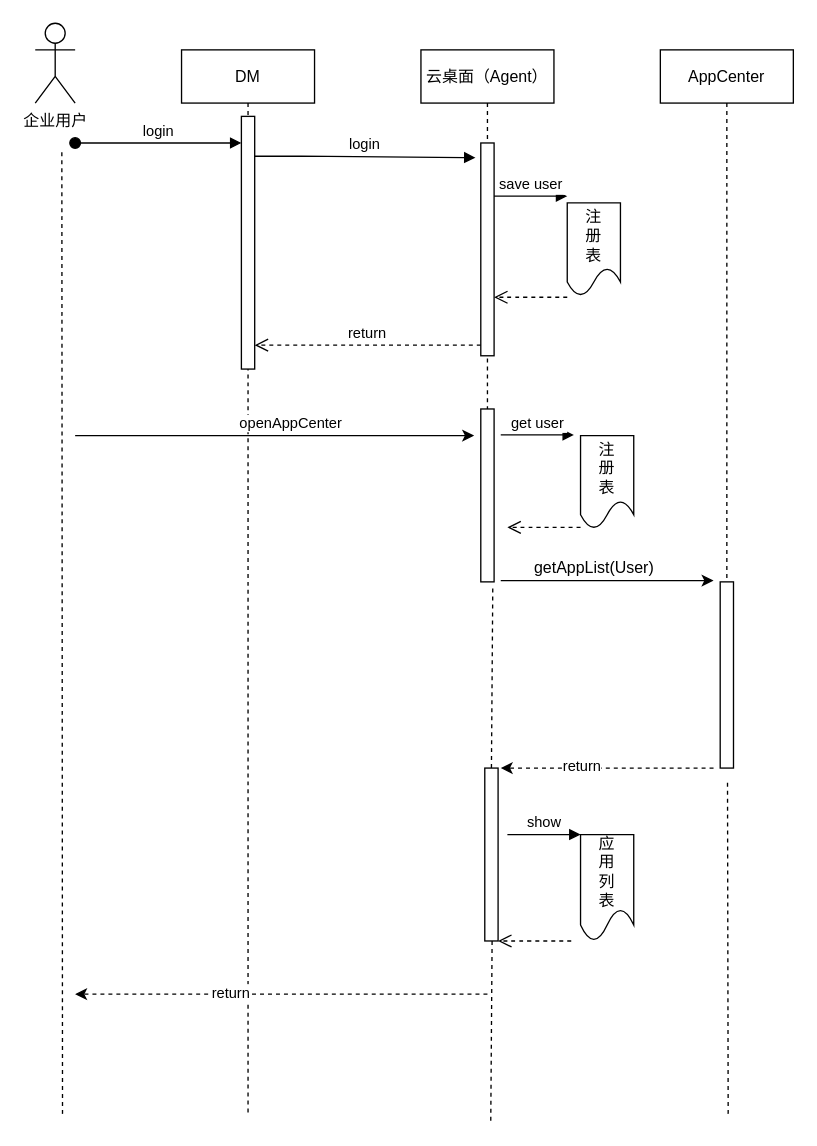
Above: app_get_user_info.drawio in chenkangzeng/appstreaming (draw.io), before the change. Source tidied: cells renumbered, new cells numbered last; positions are measured from the earlier drawing's top-left corner, leaving out a move shared by most shapes. Both pictures are drawn from the tidied source at 133%, with x=0, y=0 at pixel (35, 23).
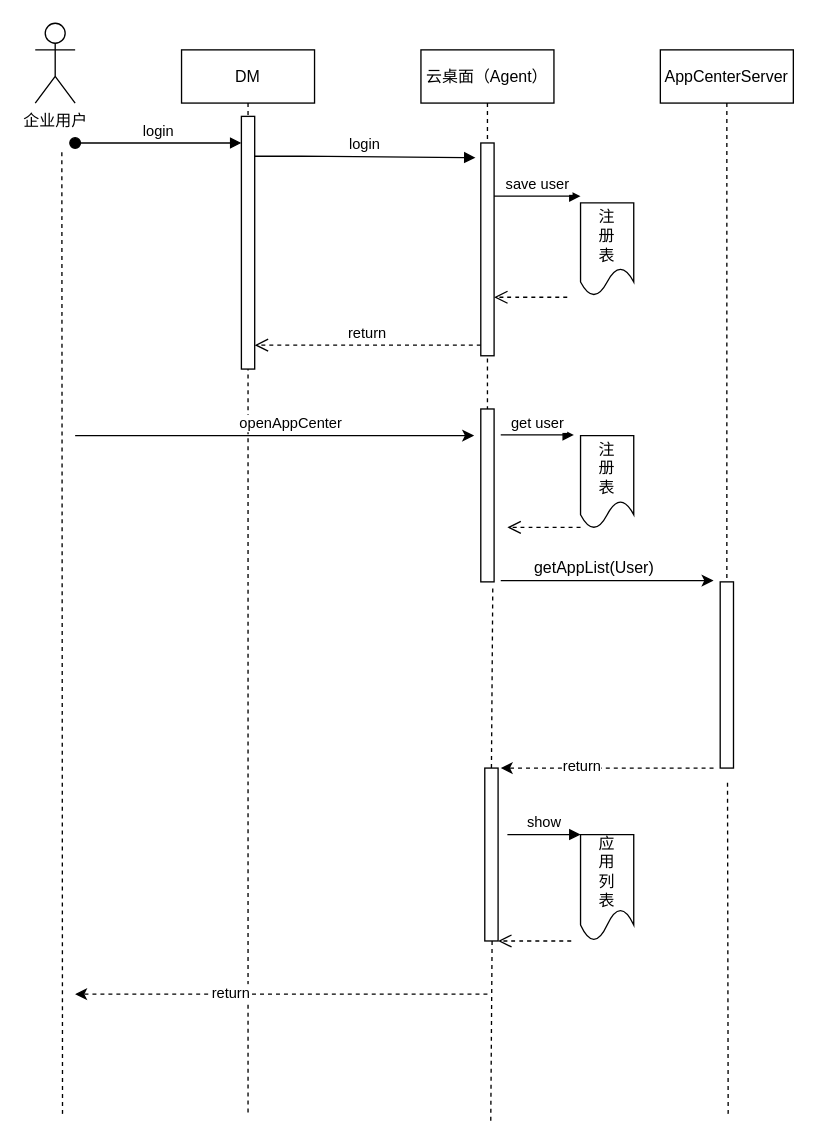
After the change.

Unchanged cells that the change refers to:
```xml
<mxCell id="6" style="points=[];perimeter=orthogonalPerimeter;rounded=0;shadow=0;strokeWidth=1;" parent="5" vertex="1">
  <mxGeometry x="45" y="70" width="10" height="160" as="geometry" />
</mxCell>
```

Diff of the diagram source:
```diff
@@
-    <mxCell id="9" value="save user" style="verticalAlign=bottom;endArrow=block;entryX=1;entryY=0;shadow=0;strokeWidth=1;" parent="1" edge="1" source="6">
+    <mxCell id="9" value="save user" style="verticalAlign=bottom;endArrow=block;shadow=0;strokeWidth=1;" parent="1" edge="1" source="6">
       <mxGeometry relative="1" as="geometry">
-        <mxPoint x="400" y="130" as="targetPoint" />
+        <mxPoint x="410" y="130" as="targetPoint" />
       </mxGeometry>
     </mxCell>
@@
-    <mxCell id="11" value="AppCenter" style="shape=umlLifeline;perimeter=lifelinePerimeter;rounded=0;shadow=0;strokeWidth=1;" parent="1" vertex="1">
+    <mxCell id="11" value="AppCenterServer" style="shape=umlLifeline;perimeter=lifelinePerimeter;rounded=0;shadow=0;strokeWidth=1;" parent="1" vertex="1">
       <mxGeometry x="470" y="20" width="100" height="400" as="geometry" />
     </mxCell>
@@
     <mxCell id="13" value="注&lt;br&gt;册&lt;br&gt;表" style="shape=document;whiteSpace=wrap;html=1;boundedLbl=1;" parent="1" vertex="1">
-      <mxGeometry x="400" y="135" width="40" height="70" as="geometry" />
+      <mxGeometry x="410" y="135" width="40" height="70" as="geometry" />
     </mxCell>
```
